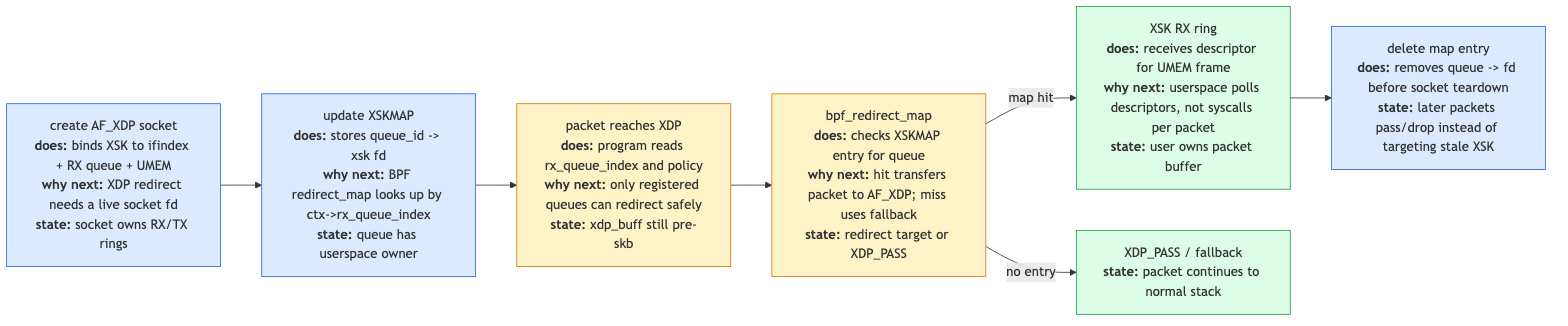
The Mermaid diagram ebpf/src/diagrams/day18_xskmap.png in biefy/books, before a commit. Its source is kept beside it as ebpf/src/diagrams/src/day18_xskmap.mmd.
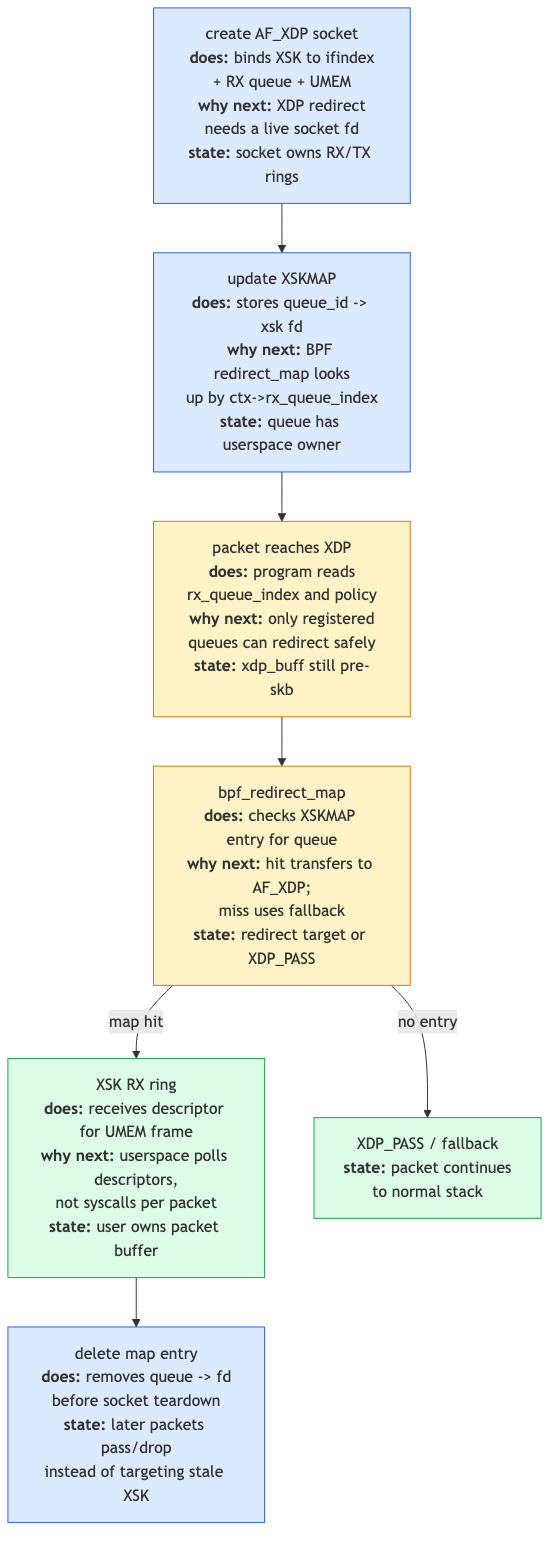
Above is the later version.

The edit, as a diff of the source:
```diff
@@ -1,14 +1,14 @@
-flowchart LR
-    Create["create AF_XDP socket<br/><b>does:</b> binds XSK to ifindex + RX queue + UMEM<br/><b>why next:</b> XDP redirect needs a live socket fd<br/><b>state:</b> socket owns RX/TX rings"]
-    Map["update XSKMAP<br/><b>does:</b> stores queue_id -> xsk fd<br/><b>why next:</b> BPF redirect_map looks up by ctx->rx_queue_index<br/><b>state:</b> queue has userspace owner"]
-    Packet["packet reaches XDP<br/><b>does:</b> program reads rx_queue_index and policy<br/><b>why next:</b> only registered queues can redirect safely<br/><b>state:</b> xdp_buff still pre-skb"]
-    Lookup["bpf_redirect_map<br/><b>does:</b> checks XSKMAP entry for queue<br/><b>why next:</b> hit transfers packet to AF_XDP; miss uses fallback<br/><b>state:</b> redirect target or XDP_PASS"]
-    Ring["XSK RX ring<br/><b>does:</b> receives descriptor for UMEM frame<br/><b>why next:</b> userspace polls descriptors, not syscalls per packet<br/><b>state:</b> user owns packet buffer"]
-    Cleanup["delete map entry<br/><b>does:</b> removes queue -> fd before socket teardown<br/><b>state:</b> later packets pass/drop instead of targeting stale XSK"]
+flowchart TD
+    Create["create AF_XDP socket<br/><b>does:</b> binds XSK to ifindex<br/>+ RX queue + UMEM<br/><b>why next:</b> XDP redirect<br/>needs a live socket fd<br/><b>state:</b> socket owns RX/TX rings"]
+    Map["update XSKMAP<br/><b>does:</b> stores queue_id -> xsk fd<br/><b>why next:</b> BPF redirect_map looks<br/>up by ctx->rx_queue_index<br/><b>state:</b> queue has userspace owner"]
+    Packet["packet reaches XDP<br/><b>does:</b> program reads<br/>rx_queue_index and policy<br/><b>why next:</b> only registered<br/>queues can redirect safely<br/><b>state:</b> xdp_buff still pre-skb"]
+    Lookup["bpf_redirect_map<br/><b>does:</b> checks XSKMAP entry for queue<br/><b>why next:</b> hit transfers to AF_XDP;<br/>miss uses fallback<br/><b>state:</b> redirect target or XDP_PASS"]
+    Ring["XSK RX ring<br/><b>does:</b> receives descriptor for UMEM frame<br/><b>why next:</b> userspace polls descriptors,<br/>not syscalls per packet<br/><b>state:</b> user owns packet buffer"]
+    Cleanup["delete map entry<br/><b>does:</b> removes queue -> fd<br/>before socket teardown<br/><b>state:</b> later packets pass/drop<br/>instead of targeting stale XSK"]
 
     Create --> Map --> Packet --> Lookup
     Lookup -->|map hit| Ring --> Cleanup
-    Lookup -->|no entry| Pass["XDP_PASS / fallback<br/><b>state:</b> packet continues to normal stack"]
+    Lookup -->|no entry| Pass["XDP_PASS / fallback<br/><b>state:</b> packet continues<br/>to normal stack"]
 
     classDef setup fill:#dbeafe,stroke:#2563eb
     classDef hot fill:#fef3c7,stroke:#d97706
```
